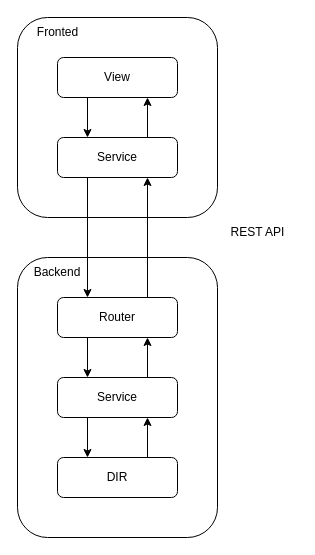
Above: page "fronted-backend-overview" (1 of 9) of drawio/diagrams.drawio in jakubpietraszko/praca_inzynierska (draw.io), before the change. Source tidied: cells renumbered, new cells numbered last; positions are measured from the earlier drawing's top-left corner, leaving out a move shared by most shapes. Both pictures are drawn from the tidied source at 100%, with x=0, y=0 at pixel (17, 17).
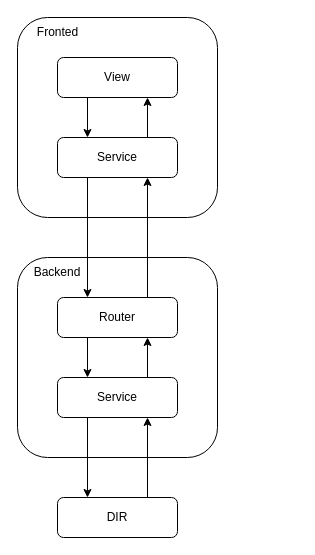
After the change.

The edit, as a diff of the source:
```diff
@@
 <mxGraphModel>
   <root>
     <mxCell id="0" />
     <mxCell id="1" parent="0" />
     <mxCell id="2" value="Router" style="rounded=1;whiteSpace=wrap;html=1;" parent="1" vertex="1">
       <mxGeometry x="40" y="280" width="120" height="40" as="geometry" />
     </mxCell>
     <mxCell id="3" value="Service" style="rounded=1;whiteSpace=wrap;html=1;" parent="1" vertex="1">
       <mxGeometry x="40" y="360" width="120" height="40" as="geometry" />
     </mxCell>
     <mxCell id="4" style="rounded=1;whiteSpace=wrap;html=1;glass=0;fillOpacity=100;fillColor=none;" parent="1" vertex="1">
-      <mxGeometry y="240" width="200" height="280" as="geometry" />
+      <mxGeometry y="240" width="200" height="200" as="geometry" />
     </mxCell>
     <mxCell id="5" value="Backend" style="text;html=1;align=center;verticalAlign=middle;whiteSpace=wrap;rounded=0;" parent="1" vertex="1">
       <mxGeometry x="10" y="240" width="60" height="30" as="geometry" />
     </mxCell>
     <mxCell id="6" style="endArrow=classic;html=1;exitX=0.25;exitY=1;exitDx=0;exitDy=0;entryX=0.25;entryY=0;entryDx=0;entryDy=0;" parent="1" edge="1" source="16" target="2">
       <mxGeometry relative="1" as="geometry" />
     </mxCell>
     <mxCell id="7" style="endArrow=classic;html=1;exitX=0.25;exitY=1;exitDx=0;exitDy=0;entryX=0.25;entryY=0;entryDx=0;entryDy=0;" parent="1" edge="1" source="2" target="3">
       <mxGeometry relative="1" as="geometry" />
     </mxCell>
     <mxCell id="8" style="endArrow=classic;html=1;entryX=0.75;entryY=1;entryDx=0;entryDy=0;exitX=0.75;exitY=0;exitDx=0;exitDy=0;" parent="1" edge="1" source="3" target="2">
       <mxGeometry relative="1" as="geometry" />
     </mxCell>
     <mxCell id="9" style="endArrow=classic;html=1;exitX=0.75;exitY=0;exitDx=0;exitDy=0;entryX=0.75;entryY=1;entryDx=0;entryDy=0;" parent="1" edge="1" source="2" target="16">
       <mxGeometry relative="1" as="geometry" />
     </mxCell>
     <mxCell id="10" value="DIR" style="rounded=1;whiteSpace=wrap;html=1;" parent="1" vertex="1">
-      <mxGeometry x="40" y="440" width="120" height="40" as="geometry" />
+      <mxGeometry x="40" y="480" width="120" height="40" as="geometry" />
     </mxCell>
     <mxCell id="11" style="endArrow=classic;html=1;exitX=0.75;exitY=0;exitDx=0;exitDy=0;entryX=0.75;entryY=1;entryDx=0;entryDy=0;" parent="1" edge="1" source="10" target="3">
       <mxGeometry relative="1" as="geometry" />
     </mxCell>
     <mxCell id="12" style="endArrow=classic;html=1;exitX=0.25;exitY=1;exitDx=0;exitDy=0;entryX=0.25;entryY=0;entryDx=0;entryDy=0;" parent="1" edge="1" source="3" target="10">
       <mxGeometry relative="1" as="geometry" />
     </mxCell>
-    <mxCell id="13" value="REST API" style="text;html=1;align=center;verticalAlign=middle;strokeColor=none;fillColor=none;" parent="1" vertex="1">
-      <mxGeometry x="200" y="200" width="80" height="30" as="geometry" />
-    </mxCell>
     <mxCell id="14" style="rounded=1;whiteSpace=wrap;html=1;fillColor=none;" parent="1" vertex="1">
       <mxGeometry width="200" height="200" as="geometry" />
     </mxCell>
     <mxCell id="15" value="View" style="rounded=1;whiteSpace=wrap;html=1;" parent="1" vertex="1">
       <mxGeometry x="40" y="40" width="120" height="40" as="geometry" />
     </mxCell>
     <mxCell id="16" value="Service" style="rounded=1;whiteSpace=wrap;html=1;" parent="1" vertex="1">
       <mxGeometry x="40" y="120" width="120" height="40" as="geometry" />
     </mxCell>
     <mxCell id="17" style="endArrow=classic;html=1;entryX=0.75;entryY=1;entryDx=0;entryDy=0;exitX=0.75;exitY=0;exitDx=0;exitDy=0;" parent="1" edge="1" source="16" target="15">
       <mxGeometry relative="1" as="geometry" />
     </mxCell>
     <mxCell id="18" style="endArrow=classic;html=1;exitX=0.25;exitY=1;exitDx=0;exitDy=0;entryX=0.25;entryY=0;entryDx=0;entryDy=0;" parent="1" edge="1" source="15" target="16">
       <mxGeometry relative="1" as="geometry" />
     </mxCell>
     <mxCell id="19" value="Fronted" style="text;html=1;align=center;verticalAlign=middle;strokeColor=none;fillColor=none;" parent="1" vertex="1">
       <mxGeometry x="10" width="60" height="30" as="geometry" />
     </mxCell>
   </root>
 </mxGraphModel>
```
